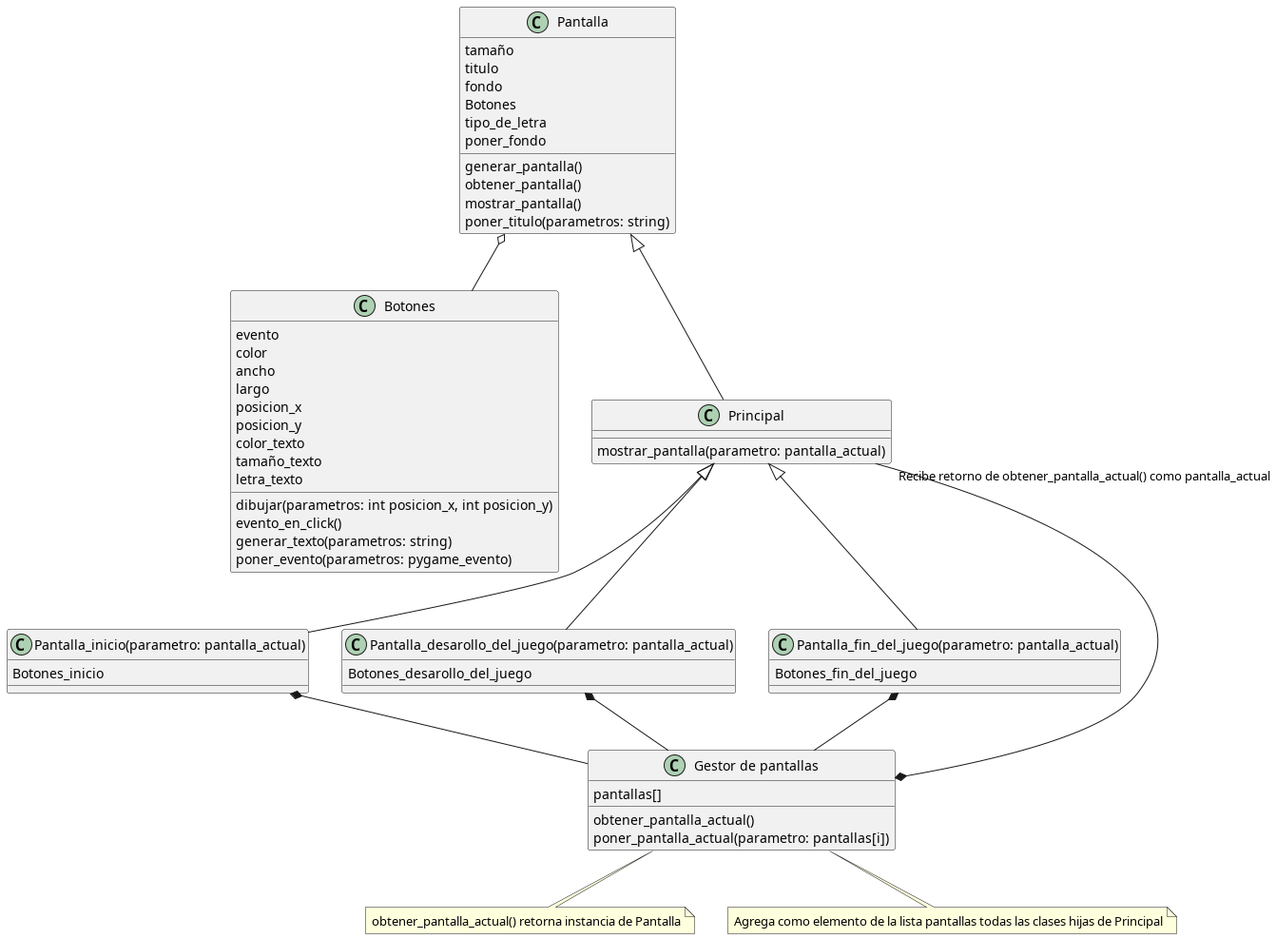
Earlier version of the PlantUML export out/UML/Screen/Screen.png (AstrooBot/KSOLID). The source it was exported from:
```plantuml
@startuml Screen
class "Pantalla" as Pantalla

Pantalla : tamaño
Pantalla : titulo
Pantalla : fondo
Pantalla : Botones
Pantalla : tipo_de_letra
Pantalla : poner_fondo
Pantalla : generar_pantalla()
Pantalla : obtener_pantalla()
Pantalla : mostrar_pantalla()
Pantalla : poner_titulo(parametros: string)


Botones : evento
Botones : color
Botones : ancho
Botones : largo
Botones : posicion_x
Botones : posicion_y
Botones : color_texto
Botones : tamaño_texto
Botones : letra_texto

Botones : dibujar(parametros: int posicion_x, int posicion_y)
Botones : evento_en_click()
Botones : generar_texto(parametros: string)
Botones : poner_evento(parametros: pygame_evento)

class "Pantalla_inicio(parametro: pantalla_actual)" as cl1
class "Pantalla_desarollo_del_juego(parametro: pantalla_actual)" as cl2
class "Pantalla_fin_del_juego(parametro: pantalla_actual)" as cl3

Principal <|-- cl1
Principal <|-- cl2
Principal <|-- cl3

cl1 : Botones_inicio
cl2 : Botones_desarollo_del_juego
cl3 : Botones_fin_del_juego

Pantalla o-- Botones

class "Gestor de pantallas" as gp

gp : obtener_pantalla_actual()
gp : poner_pantalla_actual(parametro: pantallas[i])
gp : pantallas[]
cl1 *-- gp
cl2 *-- gp
cl3 *-- gp

class "Pantalla_principal" as Principal
gp *-- "Recibe retorno de obtener_pantalla_actual() como pantalla_actual" Principal


Principal : mostrar_pantalla(parametro: pantalla_actual)
Pantalla <|-- Principal

note "obtener_pantalla_actual() retorna instancia de Pantalla" as N1
note "Agrega como elemento de la lista pantallas todas las clases hijas de Principal" as N2
gp .. N1
gp .. N2
@enduml
```
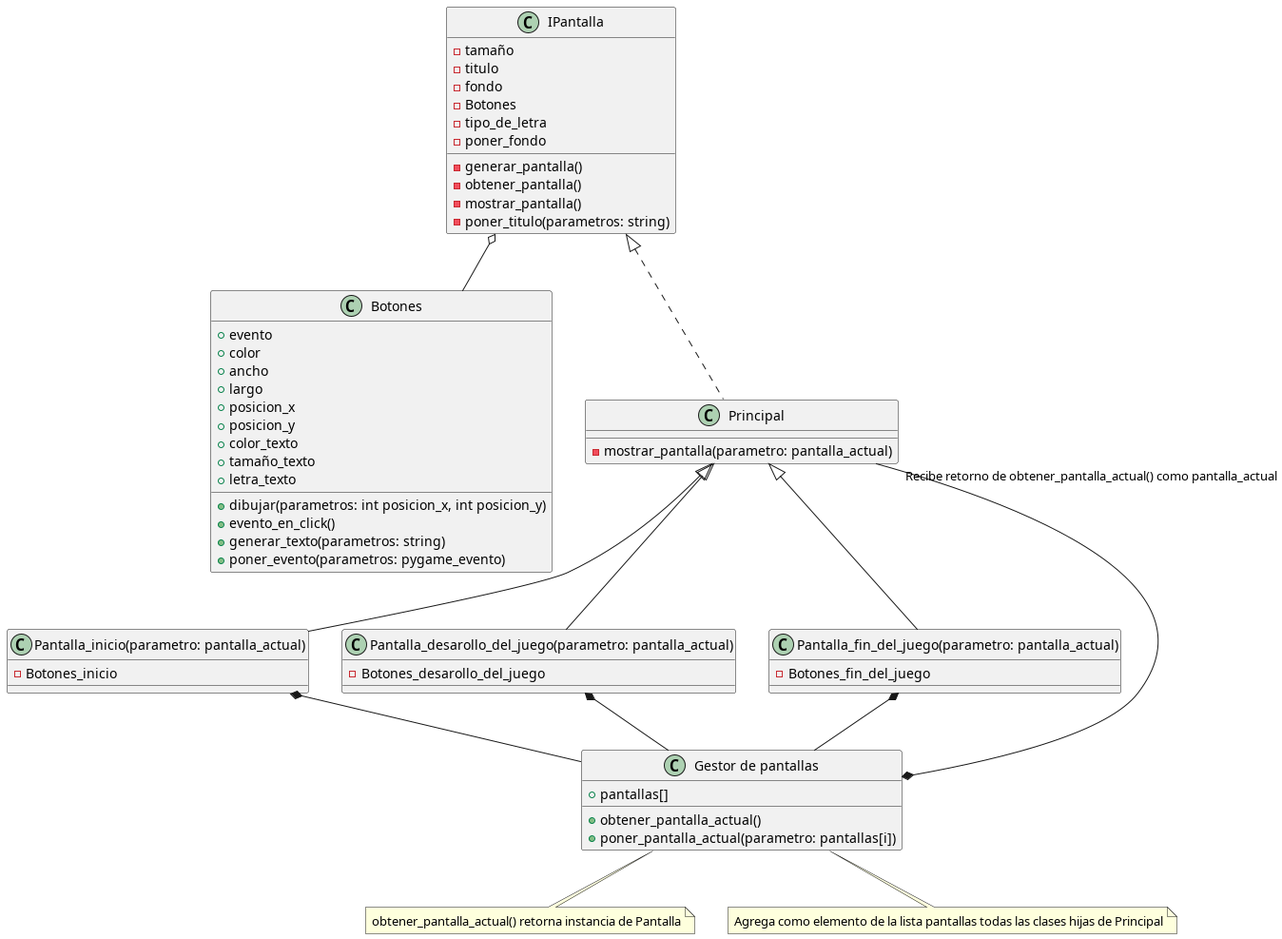
After the change.

Commit message:
reuploanding plantuml for Screen

The edit, as a diff of the source:
```diff
@@ -1,32 +1,32 @@
 @startuml Screen
-class "Pantalla" as Pantalla
+class "IPantalla" as Pantalla
 
-Pantalla : tamaño
-Pantalla : titulo
-Pantalla : fondo
-Pantalla : Botones
-Pantalla : tipo_de_letra
-Pantalla : poner_fondo
-Pantalla : generar_pantalla()
-Pantalla : obtener_pantalla()
-Pantalla : mostrar_pantalla()
-Pantalla : poner_titulo(parametros: string)
+Pantalla : -tamaño
+Pantalla : -titulo
+Pantalla : -fondo
+Pantalla : -Botones
+Pantalla : -tipo_de_letra
+Pantalla : -poner_fondo
+Pantalla : -generar_pantalla()
+Pantalla : -obtener_pantalla()
+Pantalla : -mostrar_pantalla()
+Pantalla : -poner_titulo(parametros: string)
 
 
-Botones : evento
-Botones : color
-Botones : ancho
-Botones : largo
-Botones : posicion_x
-Botones : posicion_y
-Botones : color_texto
-Botones : tamaño_texto
-Botones : letra_texto
+Botones : +evento
+Botones : +color
+Botones : +ancho
+Botones : +largo
+Botones : +posicion_x
+Botones : +posicion_y
+Botones : +color_texto
+Botones : +tamaño_texto
+Botones : +letra_texto
 
-Botones : dibujar(parametros: int posicion_x, int posicion_y)
-Botones : evento_en_click()
-Botones : generar_texto(parametros: string)
-Botones : poner_evento(parametros: pygame_evento)
+Botones : +dibujar(parametros: int posicion_x, int posicion_y)
+Botones : +evento_en_click()
+Botones : +generar_texto(parametros: string)
+Botones : +poner_evento(parametros: pygame_evento)
 
 class "Pantalla_inicio(parametro: pantalla_actual)" as cl1
 class "Pantalla_desarollo_del_juego(parametro: pantalla_actual)" as cl2
@@ -36,17 +36,17 @@
 Principal <|-- cl2
 Principal <|-- cl3
 
-cl1 : Botones_inicio
-cl2 : Botones_desarollo_del_juego
-cl3 : Botones_fin_del_juego
+cl1 : -Botones_inicio
+cl2 : -Botones_desarollo_del_juego
+cl3 : -Botones_fin_del_juego
 
 Pantalla o-- Botones
 
 class "Gestor de pantallas" as gp
 
-gp : obtener_pantalla_actual()
-gp : poner_pantalla_actual(parametro: pantallas[i])
-gp : pantallas[]
+gp : +obtener_pantalla_actual()
+gp : +poner_pantalla_actual(parametro: pantallas[i])
+gp : +pantallas[]
 cl1 *-- gp
 cl2 *-- gp
 cl3 *-- gp
@@ -55,8 +55,8 @@
 gp *-- "Recibe retorno de obtener_pantalla_actual() como pantalla_actual" Principal
 
 
-Principal : mostrar_pantalla(parametro: pantalla_actual)
-Pantalla <|-- Principal
+Principal : -mostrar_pantalla(parametro: pantalla_actual)
+Pantalla <|.. Principal
 
 note "obtener_pantalla_actual() retorna instancia de Pantalla" as N1
 note "Agrega como elemento de la lista pantallas todas las clases hijas de Principal" as N2
```
